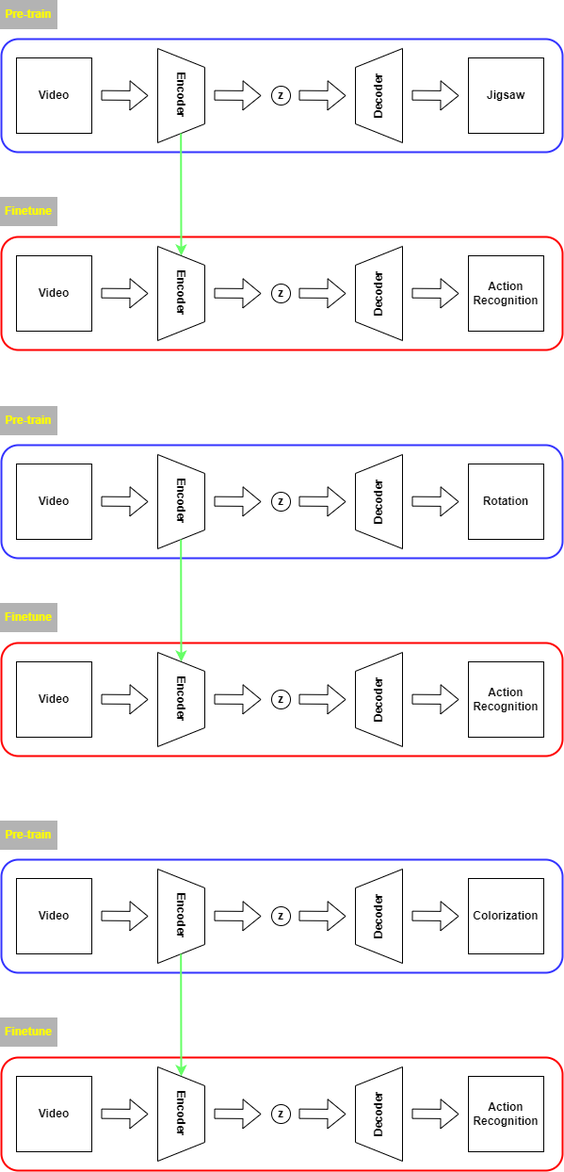
Before: explain using only draw.png, a diagram exported from draw.io (Kyoungrae-Noh/Self-Supervised-Learning). Source tidied: cells renumbered, new cells last; positions are measured from the earlier drawing's top-left corner, leaving out a move shared by most shapes.
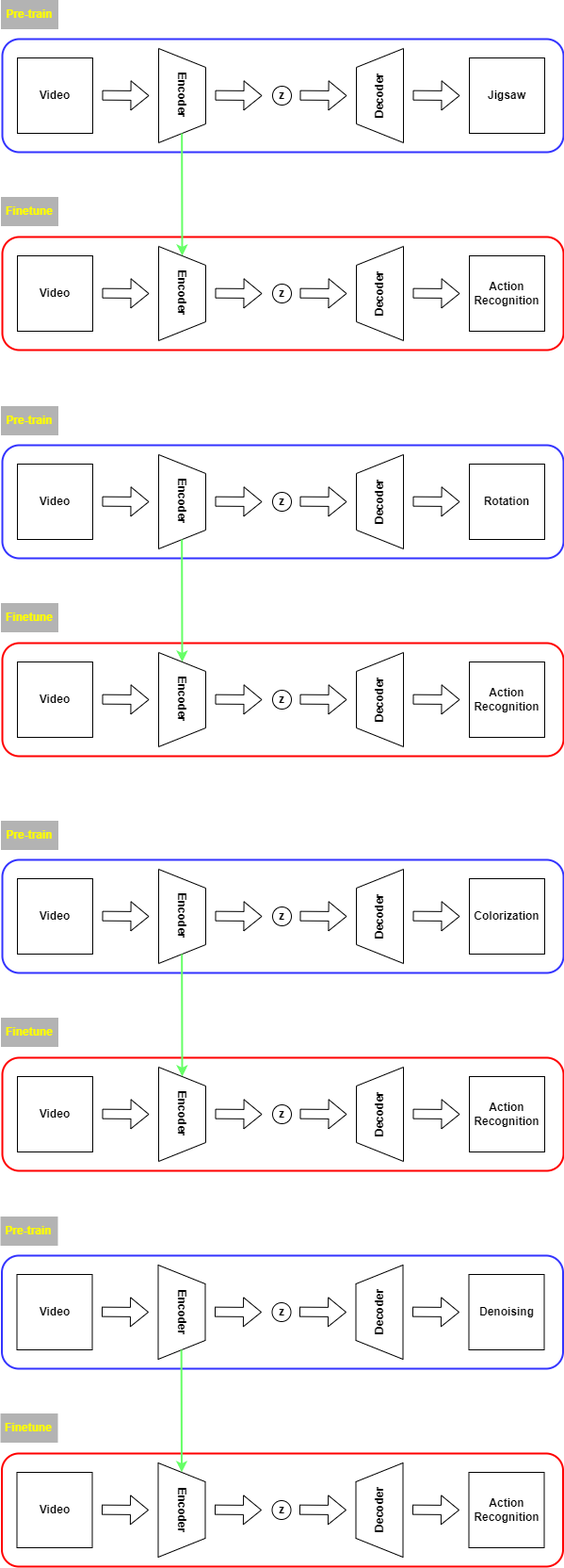
Above is the later version.

Change to the diagram source:
```diff
@@ -287,5 +287,100 @@
         <mxPoint x="191.7" y="1012" as="sourcePoint" />
       </mxGeometry>
     </mxCell>
+    <mxCell id="71" value="&lt;b&gt;&lt;font color=&quot;#ffff00&quot;&gt;Pre-train&lt;/font&gt;&lt;/b&gt;" style="rounded=0;whiteSpace=wrap;html=1;fillColor=#B3B3B3;strokeColor=#B3B3B3;" parent="1" vertex="1">
+      <mxGeometry x="-0.5" y="1291" width="60" height="30" as="geometry" />
+    </mxCell>
+    <mxCell id="72" value="&lt;b&gt;&lt;font color=&quot;#ffff00&quot;&gt;Finetune&lt;/font&gt;&lt;/b&gt;" style="rounded=0;whiteSpace=wrap;html=1;fillColor=#B3B3B3;strokeColor=#B3B3B3;" parent="1" vertex="1">
+      <mxGeometry x="-0.5" y="1500" width="60" height="30" as="geometry" />
+    </mxCell>
+    <mxCell id="73" style="rounded=1;whiteSpace=wrap;html=1;strokeColor=#3333FF;fontColor=#FFFF00;fillColor=none;strokeWidth=2;" parent="1" vertex="1">
+      <mxGeometry x="0.5" y="1332" width="596" height="120" as="geometry" />
+    </mxCell>
+    <mxCell id="74" value="&lt;font color=&quot;#000000&quot;&gt;&lt;b&gt;Video&lt;/b&gt;&lt;/font&gt;" style="whiteSpace=wrap;html=1;strokeColor=#000000;fontColor=#FFFF00;fillColor=#FFFFFF;" parent="1" vertex="1">
+      <mxGeometry x="16.5" y="1352" width="80" height="80" as="geometry" />
+    </mxCell>
+    <mxCell id="75" style="shape=flexArrow;endArrow=classic;html=1;rounded=0;fontColor=#000000;fillColor=#FFFFFF;" parent="1" edge="1">
+      <mxGeometry relative="1" as="geometry">
+        <mxPoint x="106.5" y="1391.7" as="sourcePoint" />
+        <mxPoint x="156.5" y="1392" as="targetPoint" />
+      </mxGeometry>
+    </mxCell>
+    <mxCell id="76" value="&lt;b&gt;Encoder&lt;/b&gt;" style="shape=trapezoid;perimeter=trapezoidPerimeter;whiteSpace=wrap;html=1;fixedSize=1;strokeColor=#000000;fontColor=#000000;fillColor=#FFFFFF;rotation=90;" parent="1" vertex="1">
+      <mxGeometry x="141.5" y="1367" width="100" height="50" as="geometry" />
+    </mxCell>
+    <mxCell id="77" style="shape=flexArrow;endArrow=classic;html=1;rounded=0;fontColor=#000000;fillColor=#FFFFFF;" parent="1" edge="1">
+      <mxGeometry relative="1" as="geometry">
+        <mxPoint x="226.5" y="1391.7" as="sourcePoint" />
+        <mxPoint x="276.5" y="1392" as="targetPoint" />
+      </mxGeometry>
+    </mxCell>
+    <mxCell id="78" value="&lt;b&gt;z&lt;/b&gt;" style="ellipse;whiteSpace=wrap;html=1;strokeColor=#000000;fontColor=#000000;fillColor=#FFFFFF;" parent="1" vertex="1">
+      <mxGeometry x="287.5" y="1382" width="20" height="20" as="geometry" />
+    </mxCell>
+    <mxCell id="79" style="shape=flexArrow;endArrow=classic;html=1;rounded=0;fontColor=#000000;fillColor=#FFFFFF;" parent="1" edge="1">
+      <mxGeometry relative="1" as="geometry">
+        <mxPoint x="316.5" y="1391.7" as="sourcePoint" />
+        <mxPoint x="366.5" y="1392" as="targetPoint" />
+      </mxGeometry>
+    </mxCell>
+    <mxCell id="80" value="&lt;b&gt;Decoder&lt;/b&gt;" style="shape=trapezoid;perimeter=trapezoidPerimeter;whiteSpace=wrap;html=1;fixedSize=1;strokeColor=#000000;fontColor=#000000;fillColor=#FFFFFF;rotation=-90;" parent="1" vertex="1">
+      <mxGeometry x="351.5" y="1367" width="100" height="50" as="geometry" />
+    </mxCell>
+    <mxCell id="81" style="shape=flexArrow;endArrow=classic;html=1;rounded=0;fontColor=#000000;fillColor=#FFFFFF;" parent="1" edge="1">
+      <mxGeometry relative="1" as="geometry">
+        <mxPoint x="436.5" y="1391.7" as="sourcePoint" />
+        <mxPoint x="486.5" y="1392" as="targetPoint" />
+      </mxGeometry>
+    </mxCell>
+    <mxCell id="82" value="&lt;font color=&quot;#000000&quot;&gt;&lt;b&gt;Denoising&lt;/b&gt;&lt;/font&gt;" style="whiteSpace=wrap;html=1;strokeColor=#000000;fontColor=#FFFF00;fillColor=#FFFFFF;" parent="1" vertex="1">
+      <mxGeometry x="496.5" y="1352" width="80" height="80" as="geometry" />
+    </mxCell>
+    <mxCell id="83" style="rounded=1;whiteSpace=wrap;html=1;strokeColor=#FF0000;fontColor=#FFFF00;fillColor=none;strokeWidth=2;" parent="1" vertex="1">
+      <mxGeometry x="0.5" y="1542" width="596" height="120" as="geometry" />
+    </mxCell>
+    <mxCell id="84" value="&lt;font color=&quot;#000000&quot;&gt;&lt;b&gt;Video&lt;/b&gt;&lt;/font&gt;" style="whiteSpace=wrap;html=1;strokeColor=#000000;fontColor=#FFFF00;fillColor=#FFFFFF;" parent="1" vertex="1">
+      <mxGeometry x="16.5" y="1562" width="80" height="80" as="geometry" />
+    </mxCell>
+    <mxCell id="85" style="shape=flexArrow;endArrow=classic;html=1;rounded=0;fontColor=#000000;fillColor=#FFFFFF;" parent="1" edge="1">
+      <mxGeometry relative="1" as="geometry">
+        <mxPoint x="106.5" y="1601.7" as="sourcePoint" />
+        <mxPoint x="156.5" y="1602" as="targetPoint" />
+      </mxGeometry>
+    </mxCell>
+    <mxCell id="86" value="&lt;b&gt;Encoder&lt;/b&gt;" style="shape=trapezoid;perimeter=trapezoidPerimeter;whiteSpace=wrap;html=1;fixedSize=1;strokeColor=#000000;fontColor=#000000;fillColor=#FFFFFF;rotation=90;" parent="1" vertex="1">
+      <mxGeometry x="141.5" y="1577" width="100" height="50" as="geometry" />
+    </mxCell>
+    <mxCell id="87" style="shape=flexArrow;endArrow=classic;html=1;rounded=0;fontColor=#000000;fillColor=#FFFFFF;" parent="1" edge="1">
+      <mxGeometry relative="1" as="geometry">
+        <mxPoint x="226.5" y="1601.7" as="sourcePoint" />
+        <mxPoint x="276.5" y="1602" as="targetPoint" />
+      </mxGeometry>
+    </mxCell>
+    <mxCell id="88" value="&lt;b&gt;z&lt;/b&gt;" style="ellipse;whiteSpace=wrap;html=1;strokeColor=#000000;fontColor=#000000;fillColor=#FFFFFF;" parent="1" vertex="1">
+      <mxGeometry x="287.5" y="1592" width="20" height="20" as="geometry" />
+    </mxCell>
+    <mxCell id="89" style="shape=flexArrow;endArrow=classic;html=1;rounded=0;fontColor=#000000;fillColor=#FFFFFF;" parent="1" edge="1">
+      <mxGeometry relative="1" as="geometry">
+        <mxPoint x="316.5" y="1601.7" as="sourcePoint" />
+        <mxPoint x="366.5" y="1602" as="targetPoint" />
+      </mxGeometry>
+    </mxCell>
+    <mxCell id="90" value="&lt;b&gt;Decoder&lt;/b&gt;" style="shape=trapezoid;perimeter=trapezoidPerimeter;whiteSpace=wrap;html=1;fixedSize=1;strokeColor=#000000;fontColor=#000000;fillColor=#FFFFFF;rotation=-90;" parent="1" vertex="1">
+      <mxGeometry x="351.5" y="1577" width="100" height="50" as="geometry" />
+    </mxCell>
+    <mxCell id="91" style="shape=flexArrow;endArrow=classic;html=1;rounded=0;fontColor=#000000;fillColor=#FFFFFF;" parent="1" edge="1">
+      <mxGeometry relative="1" as="geometry">
+        <mxPoint x="436.5" y="1601.7" as="sourcePoint" />
+        <mxPoint x="486.5" y="1602" as="targetPoint" />
+      </mxGeometry>
+    </mxCell>
+    <mxCell id="92" value="&lt;font color=&quot;#000000&quot;&gt;&lt;b&gt;Action&lt;br&gt;Recognition&lt;/b&gt;&lt;br&gt;&lt;/font&gt;" style="whiteSpace=wrap;html=1;strokeColor=#000000;fontColor=#FFFF00;fillColor=#FFFFFF;" parent="1" vertex="1">
+      <mxGeometry x="496.5" y="1562" width="80" height="80" as="geometry" />
+    </mxCell>
+    <mxCell id="93" style="endArrow=classic;html=1;rounded=0;fontColor=#000000;entryX=0;entryY=0.5;entryDx=0;entryDy=0;strokeColor=#66FF66;strokeWidth=2;" parent="1" edge="1" target="86">
+      <mxGeometry relative="1" as="geometry">
+        <mxPoint x="191.2" y="1432" as="sourcePoint" />
+      </mxGeometry>
+    </mxCell>
   </root>
 </mxGraphModel>
```
